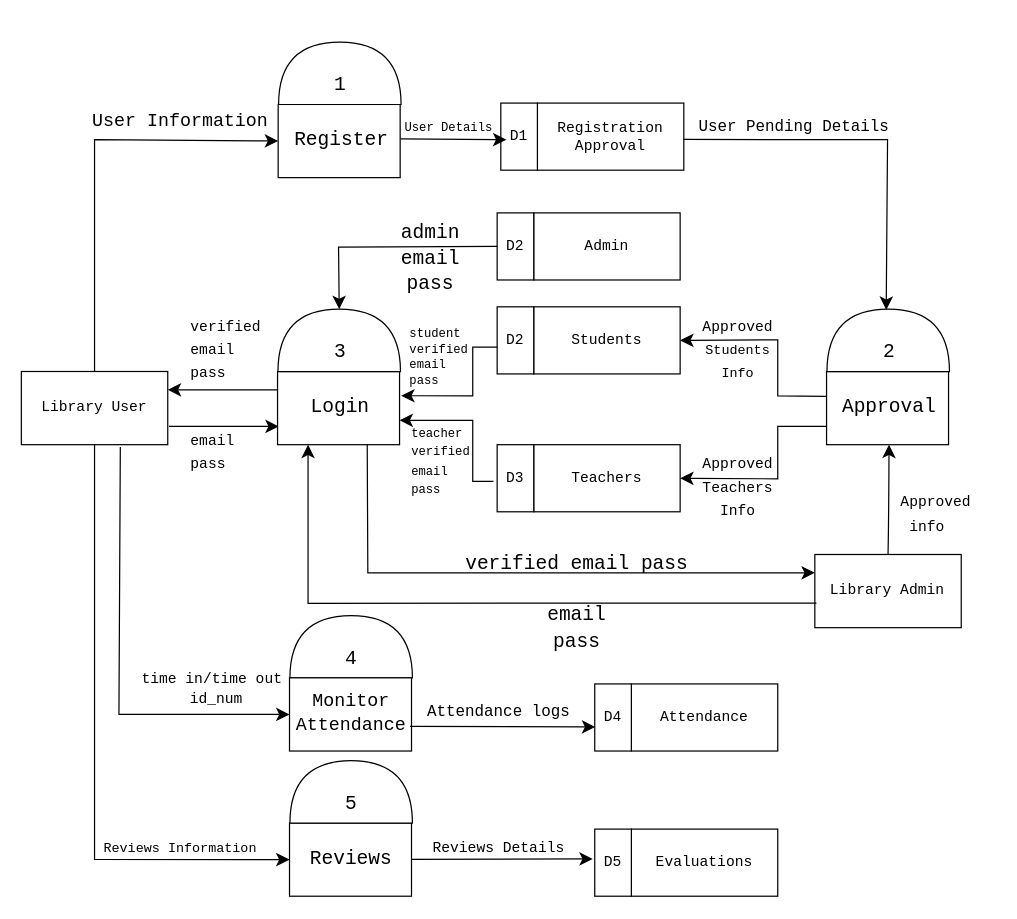
Before: Untitled Diagram.drawio in carmelooo1/capstone_docs, a draw.io diagram. Source tidied: cells renumbered, new cells numbered last; positions are measured from the earlier drawing's top-left corner, leaving out a move shared by most shapes. Both pictures are drawn from the tidied source at 122%, with x=0, y=0 at pixel (21, 11).
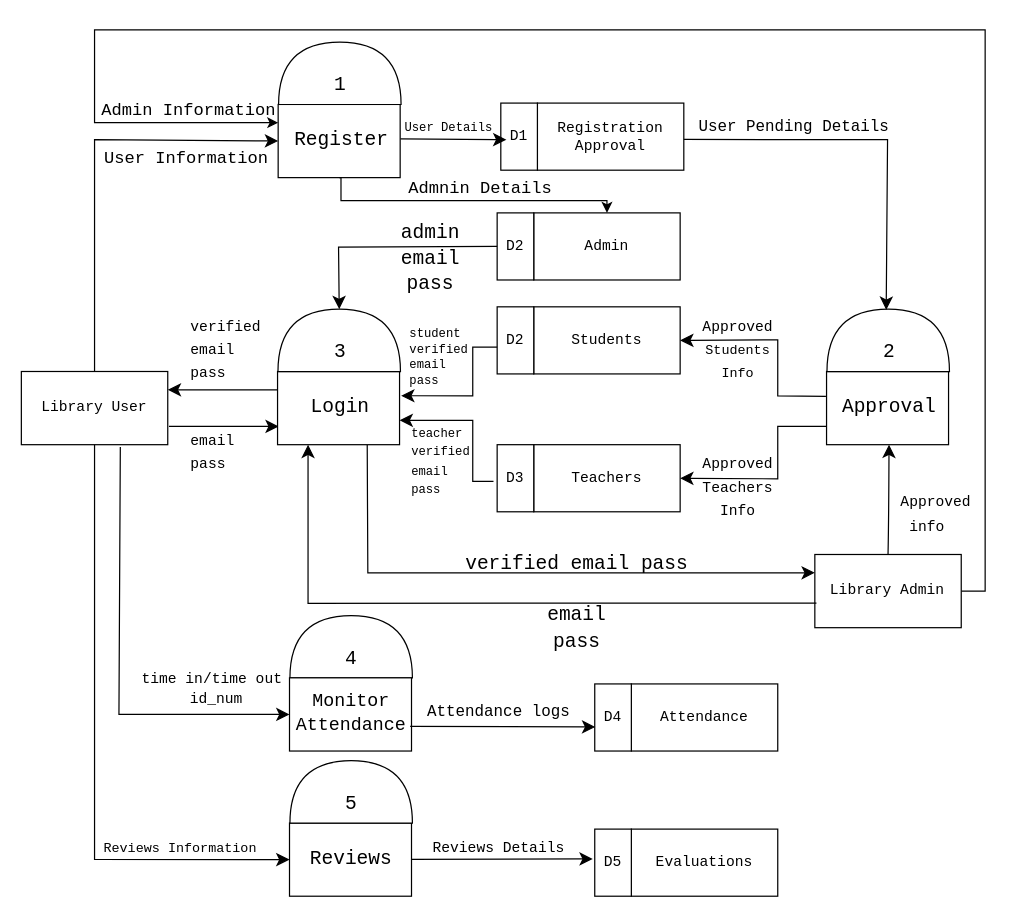
After the change.

Unchanged cells that the change refers to:
```xml
<mxCell id="11" value="Library Admin" style="rounded=0;whiteSpace=wrap;html=1;fontFamily=Courier New;" parent="1" vertex="1">
  <mxGeometry x="650.4" y="445" width="120" height="60" as="geometry" />
</mxCell>
<mxCell id="77" style="rounded=0;whiteSpace=wrap;html=1;fontFamily=Courier New;" parent="76" vertex="1">
  <mxGeometry y="51.1" width="100" height="60" as="geometry" />
</mxCell>
<mxCell id="83" value="Admin" style="whiteSpace=wrap;html=1;fontFamily=Courier New;" parent="82" vertex="1">
  <mxGeometry x="30" width="120" height="55" as="geometry" />
</mxCell>
```

Diff of the diagram source:
```diff
@@
-    <mxCell id="10" value="&lt;font style=&quot;font-size: 15px;&quot;&gt;User Information&lt;/font&gt;" style="text;html=1;align=center;verticalAlign=middle;strokeColor=none;fillColor=none;fontSize=16;fontFamily=Courier New;" parent="1" vertex="1">
-      <mxGeometry x="45" y="75" width="170" height="30" as="geometry" />
+    <mxCell id="10" value="&lt;font style=&quot;font-size: 14px;&quot;&gt;User Information&lt;/font&gt;" style="text;html=1;align=center;verticalAlign=middle;strokeColor=none;fillColor=none;fontSize=14;fontFamily=Courier New;" parent="1" vertex="1">
+      <mxGeometry x="54.8" y="106.1" width="160" height="30" as="geometry" />
     </mxCell>
+    <mxCell id="87" style="edgeStyle=orthogonalEdgeStyle;rounded=0;jettySize=auto;html=1;exitX=1;exitY=0.5;exitDx=0;exitDy=0;entryX=0;entryY=0.25;entryDx=0;entryDy=0;" parent="1" edge="1" source="11" target="77">
+      <mxGeometry relative="1" as="geometry">
+        <Array as="points">
+          <mxPoint x="790" y="475" />
+          <mxPoint x="790" y="15" />
+          <mxPoint x="60" y="15" />
+          <mxPoint x="60" y="91" />
+        </Array>
+      </mxGeometry>
+    </mxCell>
@@
     <mxCell id="12" style="group;fontFamily=Courier New;" parent="1" vertex="1">
-      <mxGeometry x="393" y="75" width="150" height="55" as="geometry" />
+      <mxGeometry x="393" y="75" width="150" height="85" as="geometry" />
     </mxCell>
@@
+    <mxCell id="88" value="&lt;font style=&quot;font-size: 14px;&quot;&gt;Admnin Details&lt;/font&gt;" style="text;html=1;align=center;verticalAlign=middle;strokeColor=none;fillColor=none;fontSize=14;fontFamily=Courier New;" parent="12" vertex="1">
+      <mxGeometry x="-87" y="55" width="140" height="30" as="geometry" />
+    </mxCell>
@@
+    <mxCell id="89" value="&lt;font style=&quot;font-size: 14px;&quot;&gt;Admin Information&lt;/font&gt;" style="text;html=1;align=center;verticalAlign=middle;strokeColor=none;fillColor=none;fontSize=16;fontFamily=Courier New;" parent="1" vertex="1">
+      <mxGeometry x="52" y="65.5" width="170" height="30" as="geometry" />
+    </mxCell>
+    <mxCell id="90" style="edgeStyle=orthogonalEdgeStyle;rounded=0;jettySize=auto;html=1;entryX=0.5;entryY=0;entryDx=0;entryDy=0;exitX=0.5;exitY=1;exitDx=0;exitDy=0;" parent="1" edge="1" source="77" target="83">
+      <mxGeometry relative="1" as="geometry">
+        <Array as="points">
+          <mxPoint x="262" y="136" />
+          <mxPoint x="262" y="155" />
+          <mxPoint x="480" y="155" />
+        </Array>
+      </mxGeometry>
+    </mxCell>
```
